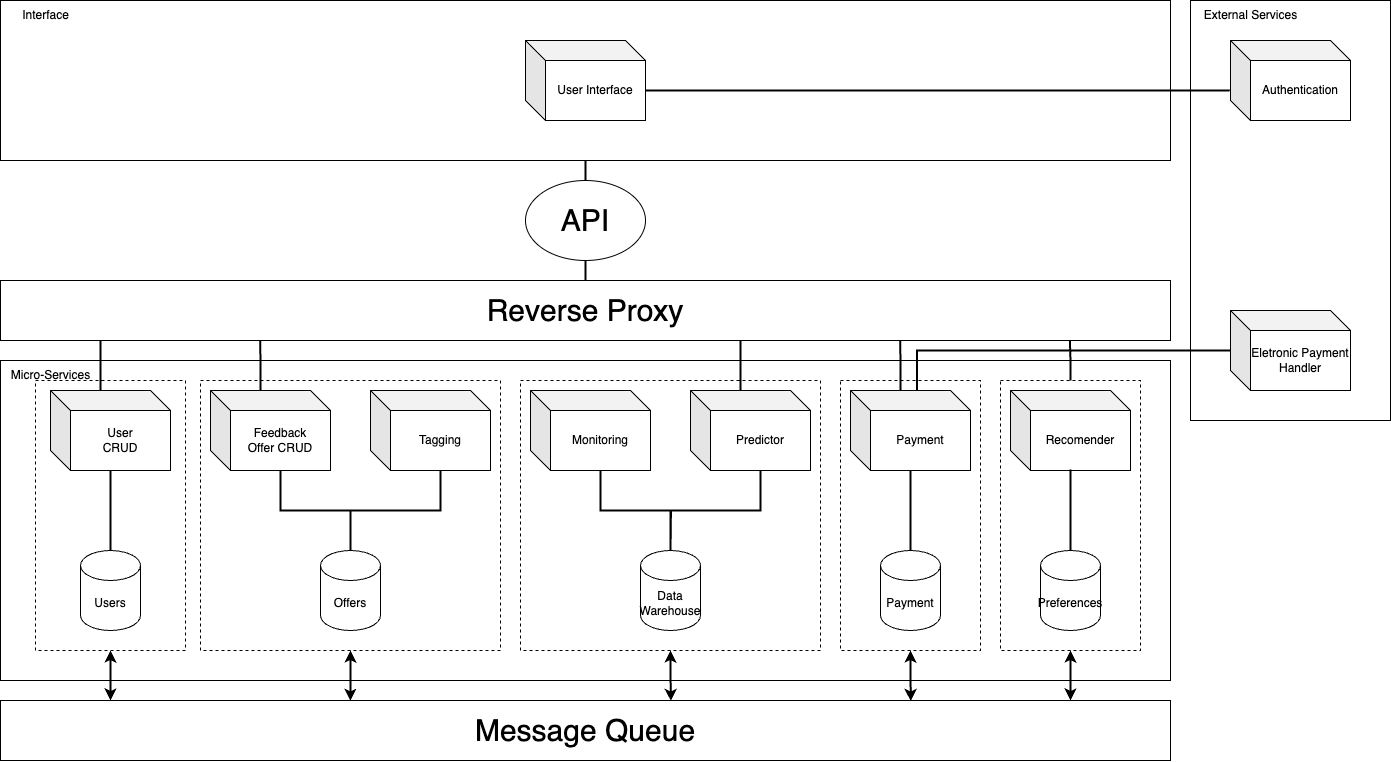
Before: static/img/architecture.png, a diagram exported from draw.io (PI-Trailblazer/microsite). Source tidied: cells renumbered, new cells last; positions are measured from the earlier drawing's top-left corner, leaving out a move shared by most shapes.
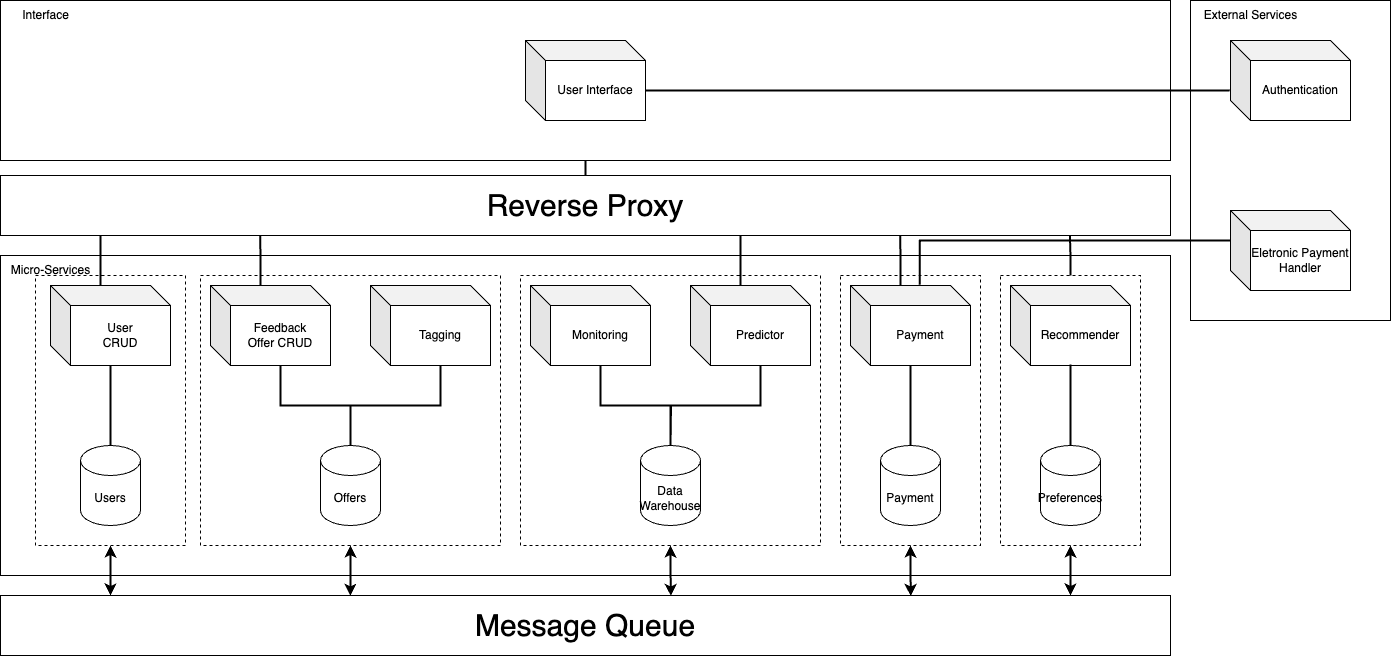
The same file after the commit.

Commit message:
changes architecture image and sprinf 1 table

Diff of the diagram source:
```diff
@@ -21,10 +21,10 @@
       <mxGeometry x="200" y="380" width="300" height="270" as="geometry" />
     </mxCell>
     <mxCell id="8" style="rounded=0;whiteSpace=wrap;html=1;" parent="1" vertex="1">
-      <mxGeometry x="1190" width="200" height="420" as="geometry" />
+      <mxGeometry x="1190" y="105" width="200" height="320" as="geometry" />
     </mxCell>
     <mxCell id="9" style="rounded=0;whiteSpace=wrap;html=1;align=left;" parent="1" vertex="1">
-      <mxGeometry width="1170" height="160" as="geometry" />
+      <mxGeometry y="105" width="1170" height="160" as="geometry" />
     </mxCell>
     <mxCell id="10" style="edgeStyle=orthogonalEdgeStyle;rounded=0;jettySize=auto;html=1;exitX=0.5;exitY=0;exitDx=0;exitDy=0;exitPerimeter=0;endArrow=none;endFill=0;strokeWidth=2;" parent="1" edge="1" source="11" target="16">
       <mxGeometry relative="1" as="geometry" />
@@ -32,7 +32,7 @@
     <mxCell id="11" value="Users" style="shape=cylinder3;whiteSpace=wrap;html=1;boundedLbl=1;backgroundOutline=1;size=15;" parent="1" vertex="1">
       <mxGeometry x="80" y="550" width="60" height="80" as="geometry" />
     </mxCell>
-    <mxCell id="12" value="Recomender" style="shape=cube;whiteSpace=wrap;html=1;boundedLbl=1;backgroundOutline=1;darkOpacity=0.05;darkOpacity2=0.1;" parent="1" vertex="1">
+    <mxCell id="12" value="Recommender" style="shape=cube;whiteSpace=wrap;html=1;boundedLbl=1;backgroundOutline=1;darkOpacity=0.05;darkOpacity2=0.1;" parent="1" vertex="1">
       <mxGeometry x="1010" y="390" width="120" height="80" as="geometry" />
     </mxCell>
     <mxCell id="13" style="edgeStyle=orthogonalEdgeStyle;rounded=0;jettySize=auto;html=1;exitX=0;exitY=0;exitDx=70;exitDy=80;exitPerimeter=0;endArrow=none;endFill=0;strokeWidth=2;" parent="1" edge="1" source="14">
@@ -44,7 +44,7 @@
       <mxGeometry x="530" y="390" width="120" height="80" as="geometry" />
     </mxCell>
     <mxCell id="15" value="Authentication" style="shape=cube;whiteSpace=wrap;html=1;boundedLbl=1;backgroundOutline=1;darkOpacity=0.05;darkOpacity2=0.1;" parent="1" vertex="1">
-      <mxGeometry x="1230" y="40" width="120" height="80" as="geometry" />
+      <mxGeometry x="1230" y="145" width="120" height="80" as="geometry" />
     </mxCell>
     <mxCell id="16" value="User&lt;br&gt;CRUD" style="shape=cube;whiteSpace=wrap;html=1;boundedLbl=1;backgroundOutline=1;darkOpacity=0.05;darkOpacity2=0.1;" parent="1" vertex="1">
       <mxGeometry x="50" y="390" width="120" height="80" as="geometry" />
@@ -58,14 +58,11 @@
     <mxCell id="19" value="Tagging" style="shape=cube;whiteSpace=wrap;html=1;boundedLbl=1;backgroundOutline=1;darkOpacity=0.05;darkOpacity2=0.1;" parent="1" vertex="1">
       <mxGeometry x="370" y="390" width="120" height="80" as="geometry" />
     </mxCell>
-    <mxCell id="20" style="edgeStyle=orthogonalEdgeStyle;rounded=0;jettySize=auto;html=1;exitX=0.5;exitY=0;exitDx=0;exitDy=0;entryX=0.5;entryY=1;entryDx=0;entryDy=0;endArrow=none;endFill=0;strokeWidth=2;" parent="1" edge="1" source="21" target="9">
+    <mxCell id="20" style="edgeStyle=orthogonalEdgeStyle;rounded=0;jettySize=auto;html=1;exitX=0.5;exitY=0;exitDx=0;exitDy=0;entryX=0.5;entryY=1;entryDx=0;entryDy=0;endArrow=none;endFill=0;strokeWidth=2;" parent="1" edge="1" source="30" target="9">
       <mxGeometry relative="1" as="geometry" />
     </mxCell>
-    <mxCell id="21" value="&lt;font style=&quot;font-size: 30px;&quot;&gt;API&lt;/font&gt;" style="ellipse;whiteSpace=wrap;html=1;" parent="1" vertex="1">
-      <mxGeometry x="525" y="180" width="120" height="80" as="geometry" />
-    </mxCell>
     <mxCell id="22" value="User Interface" style="shape=cube;whiteSpace=wrap;html=1;boundedLbl=1;backgroundOutline=1;darkOpacity=0.05;darkOpacity2=0.1;" parent="1" vertex="1">
-      <mxGeometry x="525" y="40" width="120" height="80" as="geometry" />
+      <mxGeometry x="525" y="145" width="120" height="80" as="geometry" />
     </mxCell>
     <mxCell id="23" value="Offers" style="shape=cylinder3;whiteSpace=wrap;html=1;boundedLbl=1;backgroundOutline=1;size=15;" parent="1" vertex="1">
       <mxGeometry x="320" y="550" width="60" height="80" as="geometry" />
@@ -74,20 +71,17 @@
       <mxGeometry x="880" y="550" width="60" height="80" as="geometry" />
     </mxCell>
     <mxCell id="25" value="Interface" style="text;html=1;align=center;verticalAlign=middle;strokeColor=none;fillColor=none;" parent="1" vertex="1">
-      <mxGeometry x="10" width="70" height="30" as="geometry" />
+      <mxGeometry x="10" y="105" width="70" height="30" as="geometry" />
     </mxCell>
     <mxCell id="26" value="External Services" style="text;html=1;align=center;verticalAlign=middle;strokeColor=none;fillColor=none;" parent="1" vertex="1">
-      <mxGeometry x="1190" width="120" height="30" as="geometry" />
+      <mxGeometry x="1190" y="105" width="120" height="30" as="geometry" />
     </mxCell>
     <mxCell id="27" value="Micro-Services" style="text;html=1;align=center;verticalAlign=middle;strokeColor=none;fillColor=none;" parent="1" vertex="1">
       <mxGeometry y="360" width="100" height="30" as="geometry" />
     </mxCell>
     <mxCell id="28" value="Eletronic Payment Handler" style="shape=cube;whiteSpace=wrap;html=1;boundedLbl=1;backgroundOutline=1;darkOpacity=0.05;darkOpacity2=0.1;" parent="1" vertex="1">
-      <mxGeometry x="1230" y="310" width="120" height="80" as="geometry" />
+      <mxGeometry x="1230" y="315" width="120" height="80" as="geometry" />
     </mxCell>
-    <mxCell id="29" style="edgeStyle=orthogonalEdgeStyle;rounded=0;jettySize=auto;html=1;exitX=0.5;exitY=0;exitDx=0;exitDy=0;entryX=0.5;entryY=1;entryDx=0;entryDy=0;endArrow=none;endFill=0;strokeWidth=2;" parent="1" edge="1" source="30" target="21">
-      <mxGeometry relative="1" as="geometry" />
-    </mxCell>
     <mxCell id="30" value="&lt;font style=&quot;font-size: 30px;&quot;&gt;Reverse Proxy&lt;/font&gt;" style="rounded=0;whiteSpace=wrap;html=1;align=center;" parent="1" vertex="1">
       <mxGeometry y="280" width="1170" height="60" as="geometry" />
     </mxCell>
@@ -103,15 +97,6 @@
     <mxCell id="34" style="edgeStyle=orthogonalEdgeStyle;rounded=0;jettySize=auto;html=1;exitX=0.5;exitY=0;exitDx=0;exitDy=0;exitPerimeter=0;entryX=0.5;entryY=1;entryDx=0;entryDy=0;entryPerimeter=0;endArrow=none;endFill=0;strokeWidth=2;" parent="1" edge="1" source="24" target="33">
       <mxGeometry relative="1" as="geometry" />
     </mxCell>
-    <mxCell id="35" style="edgeStyle=orthogonalEdgeStyle;rounded=0;jettySize=auto;html=1;entryX=0.555;entryY=0.001;entryDx=0;entryDy=0;entryPerimeter=0;endArrow=none;endFill=0;strokeWidth=2;" parent="1" edge="1" target="33">
-      <mxGeometry relative="1" as="geometry">
-        <mxPoint x="1230" y="350" as="sourcePoint" />
-        <Array as="points">
-          <mxPoint x="1230" y="350" />
-          <mxPoint x="917" y="350" />
-        </Array>
-      </mxGeometry>
-    </mxCell>
     <mxCell id="36" value="Predictor" style="shape=cube;whiteSpace=wrap;html=1;boundedLbl=1;backgroundOutline=1;darkOpacity=0.05;darkOpacity2=0.1;" parent="1" vertex="1">
       <mxGeometry x="690" y="390" width="120" height="80" as="geometry" />
     </mxCell>
@@ -168,5 +153,8 @@
     <mxCell id="51" style="edgeStyle=orthogonalEdgeStyle;rounded=0;jettySize=auto;html=1;exitX=0.5;exitY=0;exitDx=0;exitDy=0;exitPerimeter=0;entryX=0.5;entryY=0.988;entryDx=0;entryDy=0;entryPerimeter=0;strokeWidth=2;endArrow=none;endFill=0;" parent="1" edge="1" source="50" target="12">
       <mxGeometry relative="1" as="geometry" />
     </mxCell>
+    <mxCell id="52" style="edgeStyle=orthogonalEdgeStyle;rounded=0;jettySize=auto;html=1;exitX=0;exitY=0;exitDx=0;exitDy=30;exitPerimeter=0;entryX=0.578;entryY=-0.01;entryDx=0;entryDy=0;entryPerimeter=0;strokeWidth=2;startArrow=none;startFill=0;endArrow=none;endFill=0;" parent="1" edge="1" source="28" target="33">
+      <mxGeometry relative="1" as="geometry" />
+    </mxCell>
   </root>
 </mxGraphModel>
```
